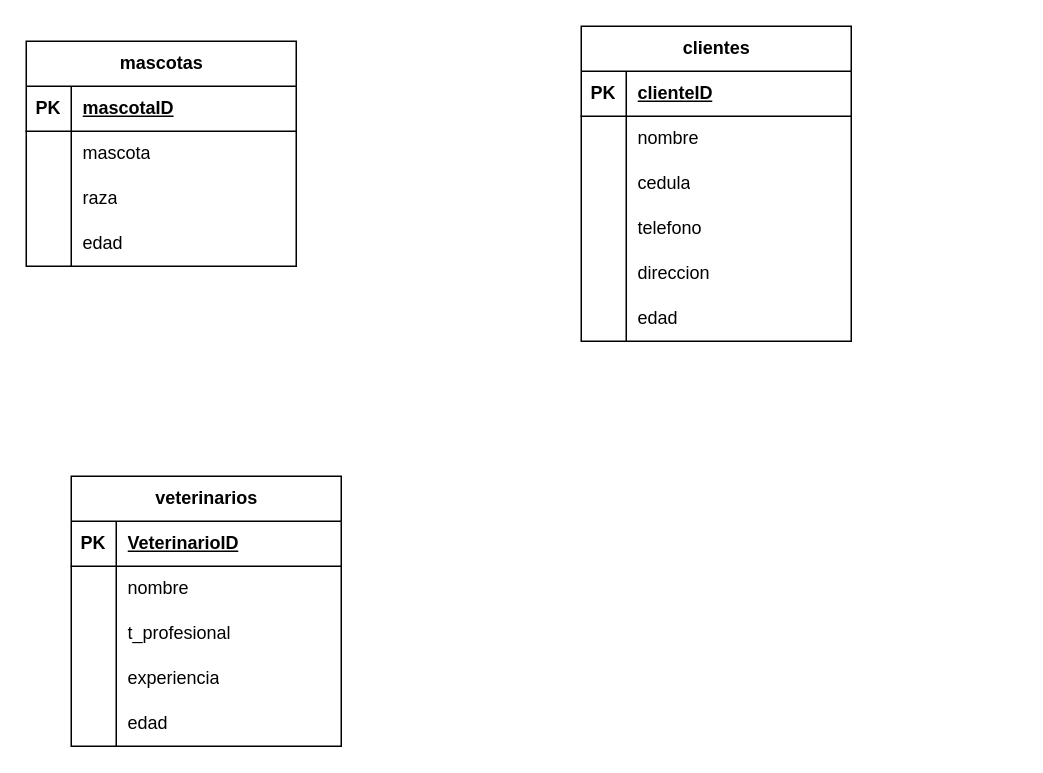
This is Diagrama sin título.drawio from JeffreySuarez/DEV.F-01-BD, a draw.io file, before an edit. Source tidied: cells renumbered, new cells numbered last; positions are measured from the earlier drawing's top-left corner, leaving out a move shared by most shapes. Both pictures are drawn from the tidied source at 150%, with x=0, y=0 at pixel (26, 26).
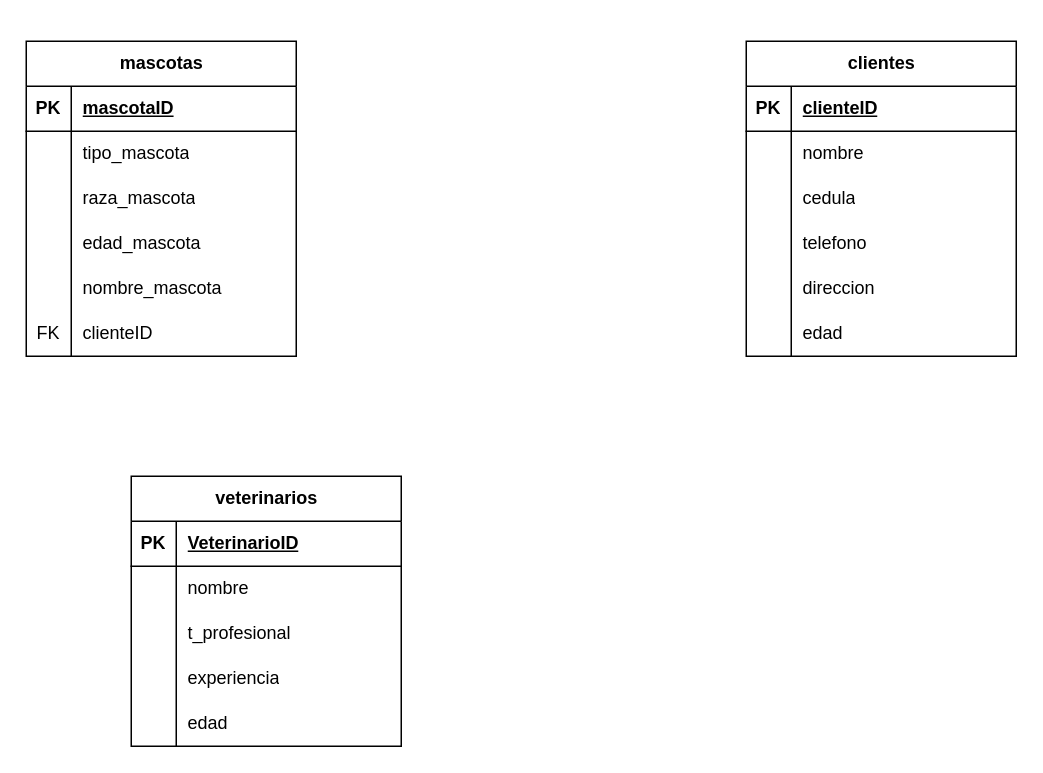
After the change.

The change refers to these unchanged cells:
```xml
<mxCell id="6" style="shape=tableRow;horizontal=0;startSize=0;swimlaneHead=0;swimlaneBody=0;fillColor=none;top=0;left=0;right=0;bottom=0;" parent="2" vertex="1">
  <mxGeometry y="60" width="180" height="30" as="geometry" />
</mxCell>
<mxCell id="9" style="shape=tableRow;horizontal=0;startSize=0;swimlaneHead=0;swimlaneBody=0;fillColor=none;top=0;left=0;right=0;bottom=0;" parent="2" vertex="1">
  <mxGeometry y="90" width="180" height="30" as="geometry" />
</mxCell>
<mxCell id="12" style="shape=tableRow;horizontal=0;startSize=0;swimlaneHead=0;swimlaneBody=0;fillColor=none;top=0;left=0;right=0;bottom=0;" parent="2" vertex="1">
  <mxGeometry y="120" width="180" height="30" as="geometry" />
</mxCell>
```

Diff of the diagram source:
```diff
@@
     <mxCell id="2" value="mascotas" style="shape=table;startSize=30;childLayout=tableLayout;rowLines=0;fontStyle=1;align=center;html=1;" parent="1" vertex="1">
-      <mxGeometry y="10" width="180" height="150" as="geometry" />
+      <mxGeometry y="10" width="180" height="210" as="geometry" />
     </mxCell>
@@
-    <mxCell id="8" value="mascota" style="shape=partialRectangle;fillColor=none;top=0;left=0;bottom=0;right=0;align=left;spacingLeft=6;overflow=hidden;whiteSpace=wrap;html=1;" parent="6" vertex="1">
+    <mxCell id="8" value="tipo_mascota" style="shape=partialRectangle;fillColor=none;top=0;left=0;bottom=0;right=0;align=left;spacingLeft=6;overflow=hidden;whiteSpace=wrap;html=1;" parent="6" vertex="1">
       <mxGeometry x="30" width="150" height="30" as="geometry" />
     </mxCell>
@@
-    <mxCell id="11" value="raza" style="shape=partialRectangle;fillColor=none;top=0;left=0;bottom=0;right=0;align=left;spacingLeft=6;overflow=hidden;whiteSpace=wrap;html=1;" parent="9" vertex="1">
+    <mxCell id="11" value="raza_mascota" style="shape=partialRectangle;fillColor=none;top=0;left=0;bottom=0;right=0;align=left;spacingLeft=6;overflow=hidden;whiteSpace=wrap;html=1;" parent="9" vertex="1">
       <mxGeometry x="30" width="150" height="30" as="geometry" />
     </mxCell>
@@
-    <mxCell id="14" value="edad" style="shape=partialRectangle;fillColor=none;top=0;left=0;bottom=0;right=0;align=left;spacingLeft=6;overflow=hidden;whiteSpace=wrap;html=1;" parent="12" vertex="1">
+    <mxCell id="14" value="edad_mascota" style="shape=partialRectangle;fillColor=none;top=0;left=0;bottom=0;right=0;align=left;spacingLeft=6;overflow=hidden;whiteSpace=wrap;html=1;" parent="12" vertex="1">
       <mxGeometry x="30" width="150" height="30" as="geometry" />
     </mxCell>
+    <mxCell id="50" style="shape=tableRow;horizontal=0;startSize=0;swimlaneHead=0;swimlaneBody=0;fillColor=none;top=0;left=0;right=0;bottom=0;" parent="2" vertex="1">
+      <mxGeometry y="150" width="180" height="30" as="geometry" />
+    </mxCell>
+    <mxCell id="51" style="shape=partialRectangle;fillColor=none;top=0;left=0;bottom=0;right=0;overflow=hidden;whiteSpace=wrap;html=1;" parent="50" vertex="1">
+      <mxGeometry width="30" height="30" as="geometry" />
+    </mxCell>
+    <mxCell id="52" value="nombre_mascota" style="shape=partialRectangle;fillColor=none;top=0;left=0;bottom=0;right=0;align=left;spacingLeft=6;overflow=hidden;whiteSpace=wrap;html=1;" parent="50" vertex="1">
+      <mxGeometry x="30" width="150" height="30" as="geometry" />
+    </mxCell>
+    <mxCell id="53" style="shape=tableRow;horizontal=0;startSize=0;swimlaneHead=0;swimlaneBody=0;fillColor=none;top=0;left=0;right=0;bottom=0;" parent="2" vertex="1">
+      <mxGeometry y="180" width="180" height="30" as="geometry" />
+    </mxCell>
+    <mxCell id="54" value="FK" style="shape=partialRectangle;fillColor=none;top=0;left=0;bottom=0;right=0;overflow=hidden;whiteSpace=wrap;html=1;" parent="53" vertex="1">
+      <mxGeometry width="30" height="30" as="geometry" />
+    </mxCell>
+    <mxCell id="55" value="clienteID" style="shape=partialRectangle;fillColor=none;top=0;left=0;bottom=0;right=0;align=left;spacingLeft=6;overflow=hidden;whiteSpace=wrap;html=1;" parent="53" vertex="1">
+      <mxGeometry x="30" width="150" height="30" as="geometry" />
+    </mxCell>
     <mxCell id="15" value="clientes" style="shape=table;startSize=30;childLayout=tableLayout;rowLines=0;fontStyle=1;align=center;html=1;" parent="1" vertex="1">
-      <mxGeometry x="370" width="180" height="210" as="geometry" />
+      <mxGeometry x="480" y="10" width="180" height="210" as="geometry" />
     </mxCell>
@@
     <mxCell id="34" value="veterinarios" style="shape=table;startSize=30;childLayout=tableLayout;rowLines=0;fontStyle=1;align=center;html=1;" parent="1" vertex="1">
-      <mxGeometry x="30" y="300" width="180" height="180" as="geometry" />
+      <mxGeometry x="70" y="300" width="180" height="180" as="geometry" />
     </mxCell>
```
